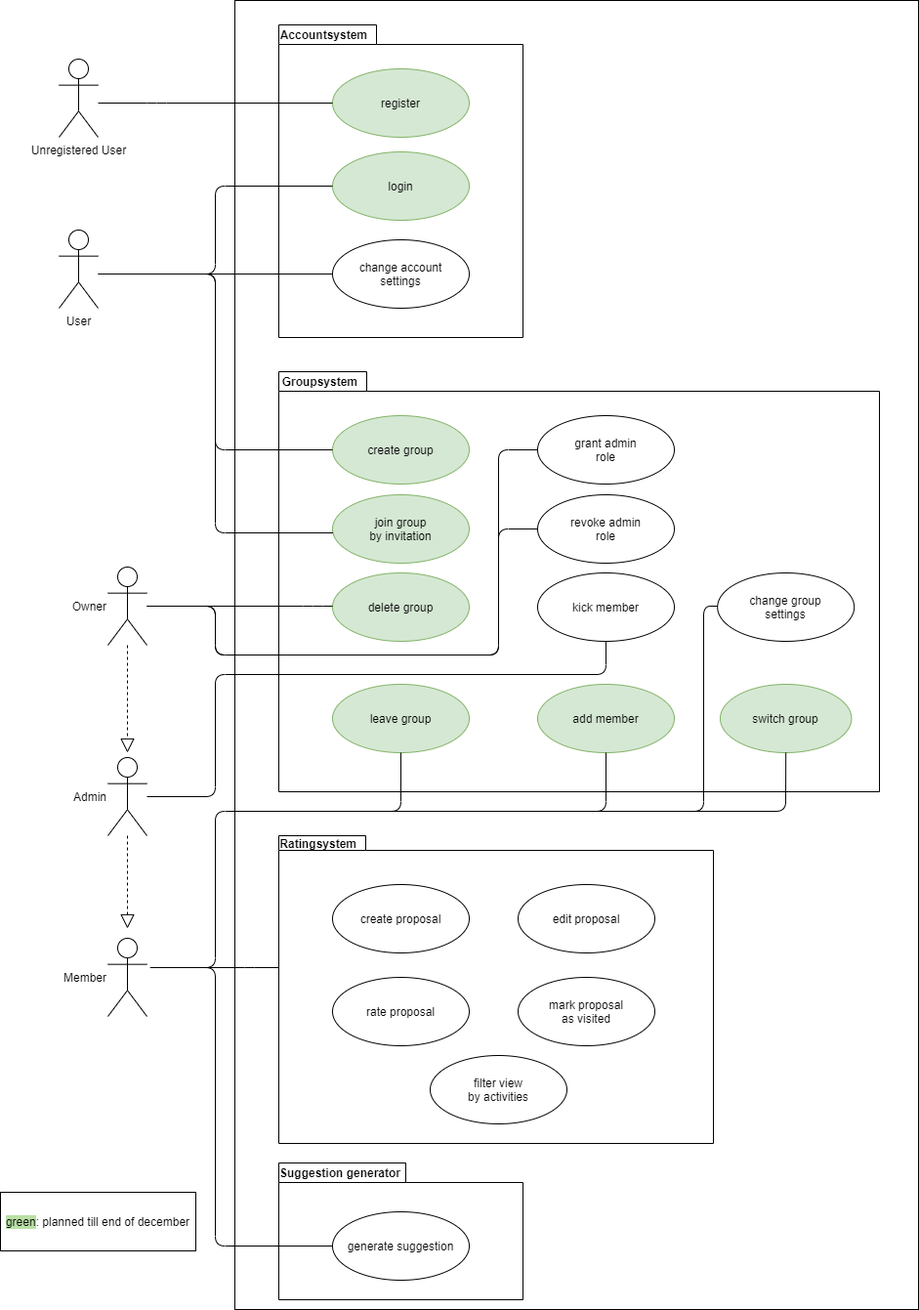
Above: PlaceToBeer UCD.png in placetobeer/documentation (draw.io), before the change. Source tidied: cells renumbered, new cells last; positions are measured from the earlier drawing's top-left corner, leaving out a move shared by most shapes.
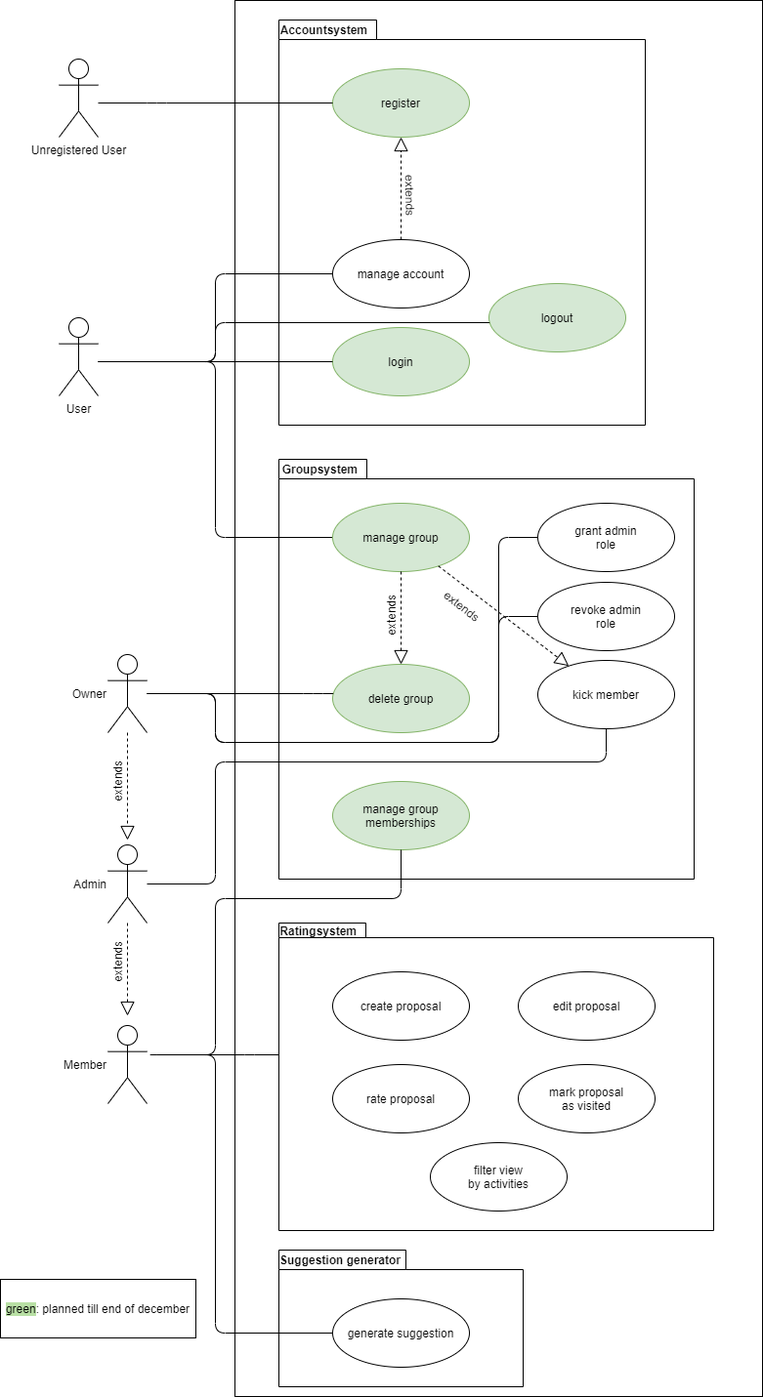
The same file after the commit.

Commit message:
update UCD CRUDS

Diff of the diagram source:
```diff
@@ -3,49 +3,37 @@
     <mxCell id="0" />
     <mxCell id="1" parent="0" />
     <mxCell id="2" style="html=1;" parent="1" vertex="1">
-      <mxGeometry x="240" width="700" height="1340" as="geometry" />
+      <mxGeometry x="240" y="-90" width="540" height="1430" as="geometry" />
     </mxCell>
     <mxCell id="3" value="Unregistered User" style="shape=umlActor;verticalLabelPosition=bottom;verticalAlign=top;html=1;" parent="1" vertex="1">
-      <mxGeometry x="60" y="60" width="40" height="80" as="geometry" />
+      <mxGeometry x="60" y="-30" width="40" height="80" as="geometry" />
     </mxCell>
     <mxCell id="4" value="User" style="shape=umlActor;verticalLabelPosition=bottom;verticalAlign=top;html=1;" parent="1" vertex="1">
       <mxGeometry x="60" y="235" width="40" height="80" as="geometry" />
     </mxCell>
     <mxCell id="5" value="Accountsystem" style="shape=folder;fontStyle=1;spacingTop=10;tabWidth=100;tabHeight=20;tabPosition=left;html=1;labelPosition=left;verticalLabelPosition=top;align=right;verticalAlign=bottom;spacing=-18;spacingRight=-72;" parent="1" vertex="1">
-      <mxGeometry x="285" y="25" width="250" height="320" as="geometry" />
+      <mxGeometry x="285" y="-70" width="375" height="415" as="geometry" />
     </mxCell>
     <mxCell id="6" value="login" style="ellipse;whiteSpace=wrap;html=1;fillColor=#d5e8d4;strokeColor=#82b366;" parent="1" vertex="1">
-      <mxGeometry x="340" y="155" width="140" height="70" as="geometry" />
+      <mxGeometry x="340" y="245" width="140" height="70" as="geometry" />
     </mxCell>
     <mxCell id="7" value="register" style="ellipse;whiteSpace=wrap;html=1;fillColor=#d5e8d4;strokeColor=#82b366;" parent="1" vertex="1">
-      <mxGeometry x="340" y="70" width="140" height="70" as="geometry" />
+      <mxGeometry x="340" y="-20" width="140" height="70" as="geometry" />
     </mxCell>
     <mxCell id="8" style="endArrow=none;html=1;edgeStyle=orthogonalEdgeStyle;" parent="1" edge="1" source="3" target="7">
       <mxGeometry relative="1" as="geometry">
         <Array as="points">
-          <mxPoint x="160" y="105" />
-          <mxPoint x="160" y="105" />
+          <mxPoint x="160" y="15" />
+          <mxPoint x="160" y="15" />
         </Array>
       </mxGeometry>
     </mxCell>
     <mxCell id="9" value="Groupsystem" style="shape=folder;fontStyle=1;spacingTop=10;tabWidth=90;tabHeight=20;tabPosition=left;html=1;labelPosition=left;verticalLabelPosition=top;align=right;verticalAlign=bottom;spacing=-18;spacingRight=-62;" parent="1" vertex="1">
-      <mxGeometry x="285" y="380" width="615" height="430" as="geometry" />
+      <mxGeometry x="285" y="380" width="425" height="430" as="geometry" />
     </mxCell>
-    <mxCell id="10" value="create group" style="ellipse;whiteSpace=wrap;html=1;fillColor=#d5e8d4;strokeColor=#82b366;" parent="1" vertex="1">
-      <mxGeometry x="340" y="425" width="140" height="70" as="geometry" />
-    </mxCell>
     <mxCell id="11" value="delete group" style="ellipse;whiteSpace=wrap;html=1;fillColor=#d5e8d4;strokeColor=#82b366;" parent="1" vertex="1">
-      <mxGeometry x="340" y="586" width="140" height="70" as="geometry" />
+      <mxGeometry x="340" y="590" width="140" height="70" as="geometry" />
     </mxCell>
-    <mxCell id="12" value="change group&lt;br&gt;settings" style="ellipse;whiteSpace=wrap;html=1;" parent="1" vertex="1">
-      <mxGeometry x="734.2" y="586" width="140" height="70" as="geometry" />
-    </mxCell>
-    <mxCell id="13" value="add member" style="ellipse;whiteSpace=wrap;html=1;fillColor=#d5e8d4;strokeColor=#82b366;" parent="1" vertex="1">
-      <mxGeometry x="550" y="700" width="140" height="70" as="geometry" />
-    </mxCell>
-    <mxCell id="14" value="leave group" style="ellipse;whiteSpace=wrap;html=1;fillColor=#d5e8d4;strokeColor=#82b366;" parent="1" vertex="1">
-      <mxGeometry x="340" y="700" width="140" height="70" as="geometry" />
-    </mxCell>
     <mxCell id="15" value="grant admin&lt;br&gt;role" style="ellipse;whiteSpace=wrap;html=1;" parent="1" vertex="1">
       <mxGeometry x="550" y="425" width="140" height="70" as="geometry" />
     </mxCell>
@@ -61,9 +49,6 @@
     <mxCell id="19" value="Owner" style="shape=umlActor;verticalLabelPosition=middle;verticalAlign=middle;html=1;labelPosition=left;align=right;" parent="1" vertex="1">
       <mxGeometry x="110" y="580" width="40" height="80" as="geometry" />
     </mxCell>
-    <mxCell id="20" value="join group&lt;br&gt;by invitation" style="ellipse;whiteSpace=wrap;html=1;fillColor=#d5e8d4;strokeColor=#82b366;" parent="1" vertex="1">
-      <mxGeometry x="340" y="506" width="140" height="70" as="geometry" />
-    </mxCell>
     <mxCell id="21" style="endArrow=none;html=1;edgeStyle=orthogonalEdgeStyle;" parent="1" edge="1" source="18" target="38">
       <mxGeometry relative="1" as="geometry">
         <Array as="points">
@@ -118,19 +103,13 @@
     <mxCell id="32" value="generate suggestion" style="ellipse;whiteSpace=wrap;html=1;" parent="1" vertex="1">
       <mxGeometry x="340" y="1240" width="140" height="70" as="geometry" />
     </mxCell>
-    <mxCell id="33" value="switch group" style="ellipse;whiteSpace=wrap;html=1;fillColor=#d5e8d4;strokeColor=#82b366;" parent="1" vertex="1">
-      <mxGeometry x="737" y="700" width="134.4" height="70" as="geometry" />
-    </mxCell>
-    <mxCell id="34" style="endArrow=none;html=1;edgeStyle=orthogonalEdgeStyle;" parent="1" edge="1" source="4" target="35">
+    <mxCell id="34" style="endArrow=none;html=1;edgeStyle=orthogonalEdgeStyle;" parent="1" edge="1" target="6">
       <mxGeometry relative="1" as="geometry">
-        <Array as="points">
-          <mxPoint x="160" y="280" />
-          <mxPoint x="160" y="280" />
-        </Array>
+        <mxPoint x="100" y="280" as="sourcePoint" />
       </mxGeometry>
     </mxCell>
-    <mxCell id="35" value="change account&lt;br&gt;settings" style="ellipse;whiteSpace=wrap;html=1;" parent="1" vertex="1">
-      <mxGeometry x="340" y="245" width="140" height="70" as="geometry" />
+    <mxCell id="35" value="manage account" style="ellipse;whiteSpace=wrap;html=1;" parent="1" vertex="1">
+      <mxGeometry x="340" y="155" width="140" height="70" as="geometry" />
     </mxCell>
     <mxCell id="36" style="endArrow=none;html=1;edgeStyle=orthogonalEdgeStyle;" parent="1" edge="1" target="32">
       <mxGeometry relative="1" as="geometry">
@@ -142,7 +121,7 @@
         </Array>
       </mxGeometry>
     </mxCell>
-    <mxCell id="37" style="endArrow=none;html=1;edgeStyle=orthogonalEdgeStyle;" parent="1" edge="1" target="6">
+    <mxCell id="37" style="endArrow=none;html=1;edgeStyle=orthogonalEdgeStyle;" parent="1" edge="1" target="35">
       <mxGeometry relative="1" as="geometry">
         <mxPoint x="100" y="280" as="sourcePoint" />
         <Array as="points">
@@ -165,25 +144,6 @@
         </Array>
       </mxGeometry>
     </mxCell>
-    <mxCell id="40" style="endArrow=none;html=1;edgeStyle=orthogonalEdgeStyle;" parent="1" edge="1" target="33">
-      <mxGeometry relative="1" as="geometry">
-        <mxPoint x="180" y="990" as="sourcePoint" />
-        <Array as="points">
-          <mxPoint x="220" y="990" />
-          <mxPoint x="220" y="830" />
-          <mxPoint x="804" y="830" />
-        </Array>
-      </mxGeometry>
-    </mxCell>
-    <mxCell id="41" style="endArrow=none;html=1;edgeStyle=orthogonalEdgeStyle;" parent="1" edge="1" source="12">
-      <mxGeometry relative="1" as="geometry">
-        <mxPoint x="630" y="830" as="targetPoint" />
-        <Array as="points">
-          <mxPoint x="720" y="620" />
-          <mxPoint x="720" y="830" />
-        </Array>
-      </mxGeometry>
-    </mxCell>
     <mxCell id="42" style="endArrow=none;html=1;edgeStyle=orthogonalEdgeStyle;" parent="1" edge="1" target="25">
       <mxGeometry relative="1" as="geometry">
         <mxPoint x="160" y="990" as="sourcePoint" />
@@ -202,41 +162,69 @@
         </Array>
       </mxGeometry>
     </mxCell>
-    <mxCell id="44" style="endArrow=none;html=1;edgeStyle=orthogonalEdgeStyle;" parent="1" edge="1" target="10">
+    <mxCell id="44" style="endArrow=none;html=1;edgeStyle=orthogonalEdgeStyle;" parent="1" edge="1" target="49">
       <mxGeometry relative="1" as="geometry">
         <mxPoint x="190" y="280" as="sourcePoint" />
         <Array as="points">
+          <mxPoint x="220" y="280" />
           <mxPoint x="220" y="460" />
         </Array>
       </mxGeometry>
     </mxCell>
-    <mxCell id="45" style="endArrow=none;html=1;edgeStyle=orthogonalEdgeStyle;" parent="1" edge="1" target="20">
-      <mxGeometry relative="1" as="geometry">
-        <mxPoint x="170" y="280" as="sourcePoint" />
-        <Array as="points">
-          <mxPoint x="220" y="280" />
-          <mxPoint x="220" y="545" />
-        </Array>
-      </mxGeometry>
-    </mxCell>
-    <mxCell id="46" style="endArrow=none;html=1;edgeStyle=orthogonalEdgeStyle;" parent="1" edge="1" target="14">
-      <mxGeometry relative="1" as="geometry">
-        <mxPoint x="340" y="830" as="sourcePoint" />
-        <Array as="points">
-          <mxPoint x="410" y="830" />
-        </Array>
-      </mxGeometry>
-    </mxCell>
-    <mxCell id="47" style="endArrow=none;html=1;edgeStyle=orthogonalEdgeStyle;" parent="1" edge="1" target="13">
-      <mxGeometry relative="1" as="geometry">
-        <mxPoint x="530" y="830" as="sourcePoint" />
-        <Array as="points">
-          <mxPoint x="620" y="830" />
-        </Array>
-      </mxGeometry>
-    </mxCell>
     <mxCell id="48" value="&lt;span style=&quot;background-color: rgb(185 , 224 , 165)&quot;&gt;green&lt;/span&gt;: planned till end of december" style="rounded=0;whiteSpace=wrap;html=1;" parent="1" vertex="1">
       <mxGeometry y="1220" width="200" height="60" as="geometry" />
     </mxCell>
+    <mxCell id="49" value="manage group" style="ellipse;whiteSpace=wrap;html=1;fillColor=#d5e8d4;strokeColor=#82b366;" parent="1" vertex="1">
+      <mxGeometry x="340" y="425" width="140" height="70" as="geometry" />
+    </mxCell>
+    <mxCell id="50" value="manage group memberships" style="ellipse;whiteSpace=wrap;html=1;fillColor=#d5e8d4;strokeColor=#82b366;" parent="1" vertex="1">
+      <mxGeometry x="340" y="710" width="140" height="70" as="geometry" />
+    </mxCell>
+    <mxCell id="51" value="logout" style="ellipse;whiteSpace=wrap;html=1;fillColor=#d5e8d4;strokeColor=#82b366;" parent="1" vertex="1">
+      <mxGeometry x="500" y="200" width="140" height="70" as="geometry" />
+    </mxCell>
+    <mxCell id="52" style="endArrow=none;html=1;edgeStyle=orthogonalEdgeStyle;" parent="1" edge="1" target="51">
+      <mxGeometry relative="1" as="geometry">
+        <mxPoint x="100" y="280" as="sourcePoint" />
+        <Array as="points">
+          <mxPoint x="220" y="280" />
+          <mxPoint x="220" y="240" />
+        </Array>
+      </mxGeometry>
+    </mxCell>
+    <mxCell id="53" style="endArrow=block;dashed=1;endFill=0;endSize=12;html=1;" parent="1" edge="1" source="35" target="7">
+      <mxGeometry relative="1" as="geometry" />
+    </mxCell>
+    <mxCell id="54" value="&lt;div&gt;extends&lt;/div&gt;" style="text;html=1;strokeColor=none;fillColor=none;align=center;verticalAlign=middle;whiteSpace=wrap;rounded=0;rotation=-90;" parent="1" vertex="1">
+      <mxGeometry x="100" y="885" width="40" height="20" as="geometry" />
+    </mxCell>
+    <mxCell id="55" value="&lt;div&gt;extends&lt;/div&gt;" style="text;html=1;strokeColor=none;fillColor=none;align=center;verticalAlign=middle;whiteSpace=wrap;rounded=0;rotation=-90;" parent="1" vertex="1">
+      <mxGeometry x="100" y="700" width="40" height="20" as="geometry" />
+    </mxCell>
+    <mxCell id="56" value="&lt;div&gt;extends&lt;/div&gt;" style="text;html=1;strokeColor=none;fillColor=none;align=center;verticalAlign=middle;whiteSpace=wrap;rounded=0;rotation=89;" parent="1" vertex="1">
+      <mxGeometry x="400" y="100" width="40" height="20" as="geometry" />
+    </mxCell>
+    <mxCell id="57" style="endArrow=block;dashed=1;endFill=0;endSize=12;html=1;" parent="1" edge="1" source="49" target="11">
+      <mxGeometry relative="1" as="geometry" />
+    </mxCell>
+    <mxCell id="58" value="&lt;div&gt;extends&lt;/div&gt;" style="text;html=1;strokeColor=none;fillColor=none;align=center;verticalAlign=middle;whiteSpace=wrap;rounded=0;rotation=-90;" parent="1" vertex="1">
+      <mxGeometry x="380" y="530" width="40" height="20" as="geometry" />
+    </mxCell>
+    <mxCell id="59" style="endArrow=block;dashed=1;endFill=0;endSize=12;html=1;" parent="1" edge="1" source="49" target="38">
+      <mxGeometry relative="1" as="geometry" />
+    </mxCell>
+    <mxCell id="60" value="&lt;div&gt;extends&lt;/div&gt;" style="text;html=1;strokeColor=none;fillColor=none;align=center;verticalAlign=middle;whiteSpace=wrap;rounded=0;rotation=38;" parent="1" vertex="1">
+      <mxGeometry x="452.5" y="520" width="40" height="20" as="geometry" />
+    </mxCell>
+    <mxCell id="61" style="endArrow=none;html=1;edgeStyle=orthogonalEdgeStyle;" parent="1" edge="1" target="50">
+      <mxGeometry relative="1" as="geometry">
+        <mxPoint x="180" y="990" as="sourcePoint" />
+        <Array as="points">
+          <mxPoint x="220" y="990" />
+          <mxPoint x="220" y="830" />
+          <mxPoint x="410" y="830" />
+        </Array>
+      </mxGeometry>
+    </mxCell>
   </root>
 </mxGraphModel>
```
